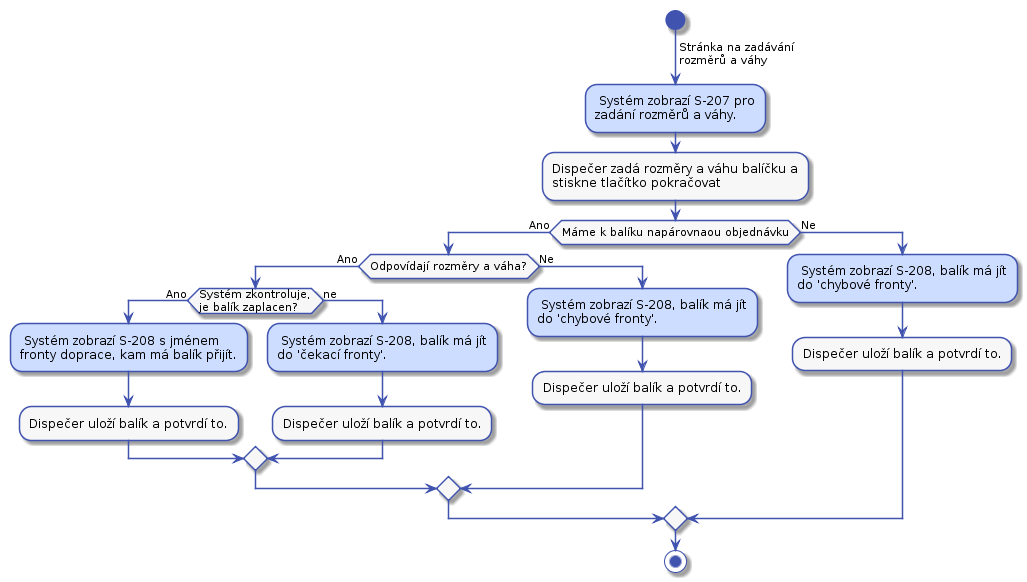
Earlier version of the PlantUML export docs/diagrams/out/uc-21-activity-4.png (Internet-Handel/postman).
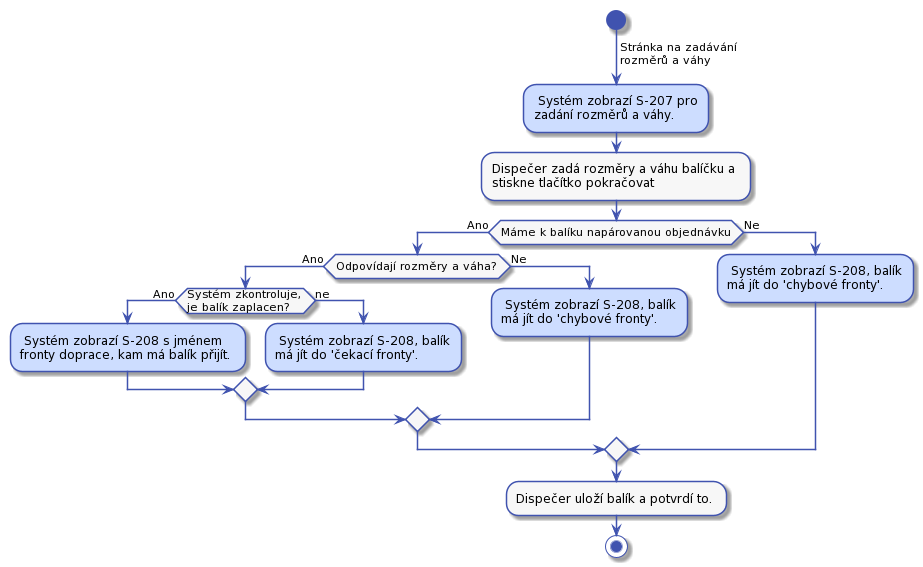
The same file after the commit.

Change to the diagram source:
```diff
@@ -63,27 +63,25 @@
 :Dispečer zadá rozměry a váhu balíčku a
 stiskne tlačítko pokračovat;
 
-if (Máme k balíku napárovnaou objednávku) then (Ano)
+if (Máme k balíku napárovanou objednávku) then (Ano)
     if (Odpovídají rozměry a váha?) then (Ano)
         if (Systém zkontroluje,\nje balík zaplacen?) then (Ano)
             #CDDDFF: Systém zobrazí S-208 s jménem
             fronty doprace, kam má balík přijít.;
-            :Dispečer uloží balík a potvrdí to.;
         else (ne)
-            #CDDDFF: Systém zobrazí S-208, balík má jít
-            do 'čekací fronty'.;
-            :Dispečer uloží balík a potvrdí to.;
+            #CDDDFF: Systém zobrazí S-208, balík
+            má jít do 'čekací fronty'.;
         endif
     else (Ne)
-        #CDDDFF: Systém zobrazí S-208, balík má jít
-        do 'chybové fronty'.;
-        :Dispečer uloží balík a potvrdí to.;
+        #CDDDFF: Systém zobrazí S-208, balík
+        má jít do 'chybové fronty'.;
     endif
 else (Ne)
-    #CDDDFF: Systém zobrazí S-208, balík má jít
-    do 'chybové fronty'.;
-    :Dispečer uloží balík a potvrdí to.;
+    #CDDDFF: Systém zobrazí S-208, balík
+    má jít do 'chybové fronty'.;
 endif
+
+:Dispečer uloží balík a potvrdí to.;
 
 stop
 @enduml
```
